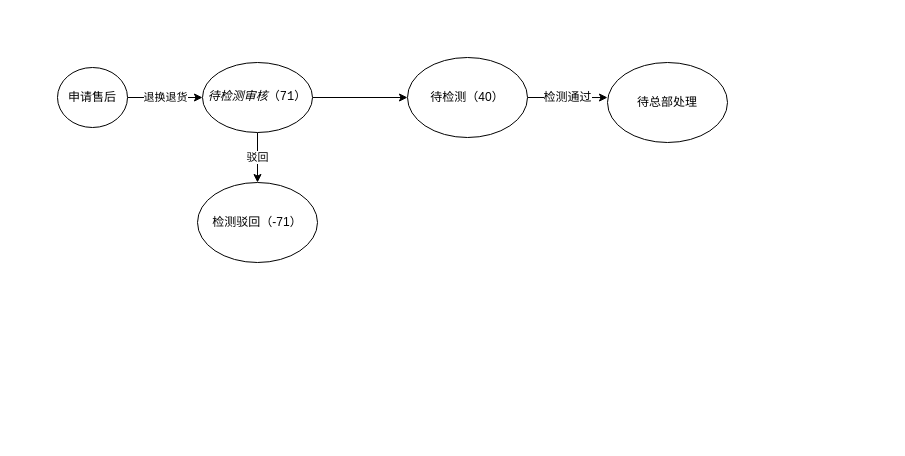
Before: 售后状态.drawio in maodunUi/myDraw, a draw.io diagram. Source tidied: cells renumbered, new cells numbered last; positions are measured from the earlier drawing's top-left corner, leaving out a move shared by most shapes. Both pictures are drawn from the tidied source at 100%, with x=0, y=0 at pixel (57, 57).
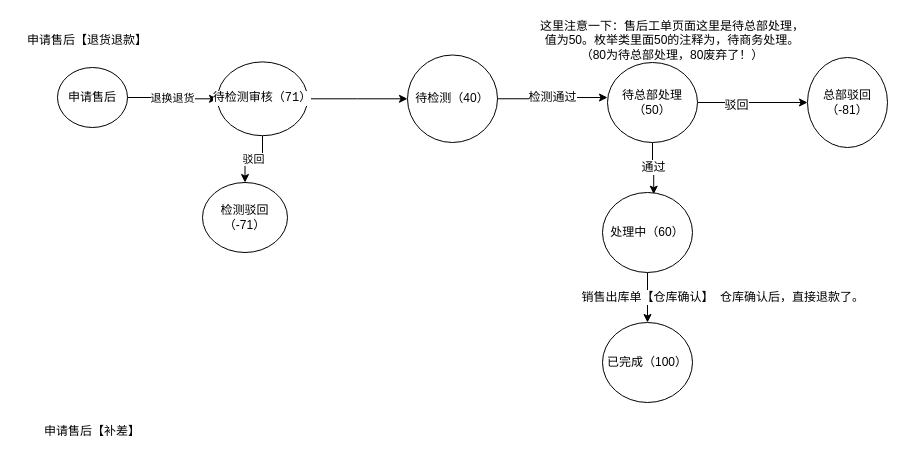
The same diagram, later.

Change to the diagram source:
```diff
@@
-    <mxCell id="6" value="&lt;pre style=&quot;background-color: rgb(255 , 255 , 255)&quot;&gt;&lt;span style=&quot;font-style: italic&quot;&gt;待检测审核&lt;/span&gt;（71）&lt;/pre&gt;" style="ellipse;whiteSpace=wrap;html=1;" parent="1" vertex="1">
-      <mxGeometry x="145" y="5" width="110" height="70" as="geometry" />
+    <mxCell id="6" value="&lt;pre style=&quot;background-color: rgb(255 , 255 , 255)&quot;&gt;待检测审核（71）&lt;/pre&gt;" style="ellipse;whiteSpace=wrap;html=1;" parent="1" vertex="1">
+      <mxGeometry x="160" y="4.4" width="90" height="73.8" as="geometry" />
     </mxCell>
@@
     <mxCell id="8" value="待检测（40）" style="ellipse;whiteSpace=wrap;html=1;fontColor=#000000;" parent="1" vertex="1">
-      <mxGeometry x="350" width="120" height="80" as="geometry" />
+      <mxGeometry x="350" y="-2.5" width="90" height="87.5" as="geometry" />
     </mxCell>
     <mxCell id="9" value="检测驳回（-71）" style="ellipse;whiteSpace=wrap;html=1;fontColor=#000000;" parent="1" vertex="1">
-      <mxGeometry x="140" y="125" width="120" height="80" as="geometry" />
+      <mxGeometry x="145" y="125" width="85" height="70" as="geometry" />
     </mxCell>
+    <mxCell id="11" style="edgeStyle=orthogonalEdgeStyle;rounded=0;jettySize=auto;html=1;exitX=1;exitY=0.5;exitDx=0;exitDy=0;entryX=0;entryY=0.5;entryDx=0;entryDy=0;fontSize=12;fontColor=#000000;" parent="1" edge="1" source="10" target="15">
+      <mxGeometry relative="1" as="geometry" />
+    </mxCell>
+    <mxCell id="12" value="驳回" style="edgeLabel;html=1;align=center;verticalAlign=middle;fontSize=12;fontColor=#000000;" parent="11" vertex="1">
+      <mxGeometry x="-0.31" y="-2" relative="1" as="geometry" />
+    </mxCell>
+    <mxCell id="13" value="通过" style="edgeStyle=orthogonalEdgeStyle;rounded=0;jettySize=auto;html=1;exitX=0.5;exitY=1;exitDx=0;exitDy=0;entryX=0.569;entryY=0.021;entryDx=0;entryDy=0;entryPerimeter=0;fontSize=12;fontColor=#000000;" parent="1" edge="1" source="10" target="17">
+      <mxGeometry relative="1" as="geometry" />
+    </mxCell>
-    <mxCell id="10" value="待总部处理" style="ellipse;whiteSpace=wrap;html=1;fontSize=12;fontColor=#000000;" parent="1" vertex="1">
-      <mxGeometry x="550" y="5" width="120" height="80" as="geometry" />
+    <mxCell id="10" value="待总部处理（50）" style="ellipse;whiteSpace=wrap;html=1;fontSize=12;fontColor=#000000;" parent="1" vertex="1">
+      <mxGeometry x="550" y="5" width="90" height="80" as="geometry" />
     </mxCell>
+    <mxCell id="14" value="这里注意一下：售后工单页面这里是待总部处理，值为50。枚举类里面50的注释为，待商务处理。（80为待总部处理，80废弃了！）" style="text;html=1;strokeColor=none;fillColor=none;align=center;verticalAlign=middle;whiteSpace=wrap;rounded=0;fontSize=12;fontColor=#000000;" parent="1" vertex="1">
+      <mxGeometry x="480" y="-40" width="270" height="45" as="geometry" />
+    </mxCell>
+    <mxCell id="15" value="总部驳回（-81）" style="ellipse;whiteSpace=wrap;html=1;fontSize=12;fontColor=#000000;" parent="1" vertex="1">
+      <mxGeometry x="750" width="80" height="90" as="geometry" />
+    </mxCell>
+    <mxCell id="16" value="销售出库单【仓库确认】" style="edgeStyle=orthogonalEdgeStyle;rounded=0;jettySize=auto;html=1;exitX=0.5;exitY=1;exitDx=0;exitDy=0;entryX=0.5;entryY=0;entryDx=0;entryDy=0;fontSize=12;fontColor=#000000;" parent="1" edge="1" source="17" target="18">
+      <mxGeometry relative="1" as="geometry" />
+    </mxCell>
+    <mxCell id="17" value="处理中（60）" style="ellipse;whiteSpace=wrap;html=1;fontSize=12;fontColor=#000000;" parent="1" vertex="1">
+      <mxGeometry x="545" y="135" width="90" height="80" as="geometry" />
+    </mxCell>
+    <mxCell id="18" value="已完成（100）" style="ellipse;whiteSpace=wrap;html=1;fontSize=12;fontColor=#000000;" parent="1" vertex="1">
+      <mxGeometry x="545" y="265" width="90" height="80" as="geometry" />
+    </mxCell>
+    <mxCell id="19" value="申请售后【退货退款】" style="text;html=1;strokeColor=none;fillColor=none;align=center;verticalAlign=middle;whiteSpace=wrap;rounded=0;fontSize=12;fontColor=#000000;" parent="1" vertex="1">
+      <mxGeometry x="-40" y="-26" width="140" height="17" as="geometry" />
+    </mxCell>
+    <mxCell id="20" value="仓库确认后，直接退款了。" style="text;html=1;strokeColor=none;fillColor=none;align=center;verticalAlign=middle;whiteSpace=wrap;rounded=0;fontSize=12;fontColor=#000000;" parent="1" vertex="1">
+      <mxGeometry x="660" y="225" width="150" height="30" as="geometry" />
+    </mxCell>
+    <mxCell id="21" value="申请售后【补差】" style="text;html=1;strokeColor=none;fillColor=none;align=center;verticalAlign=middle;whiteSpace=wrap;rounded=0;fontSize=12;fontColor=#000000;" parent="1" vertex="1">
+      <mxGeometry x="-35" y="365" width="140" height="17" as="geometry" />
+    </mxCell>
```
